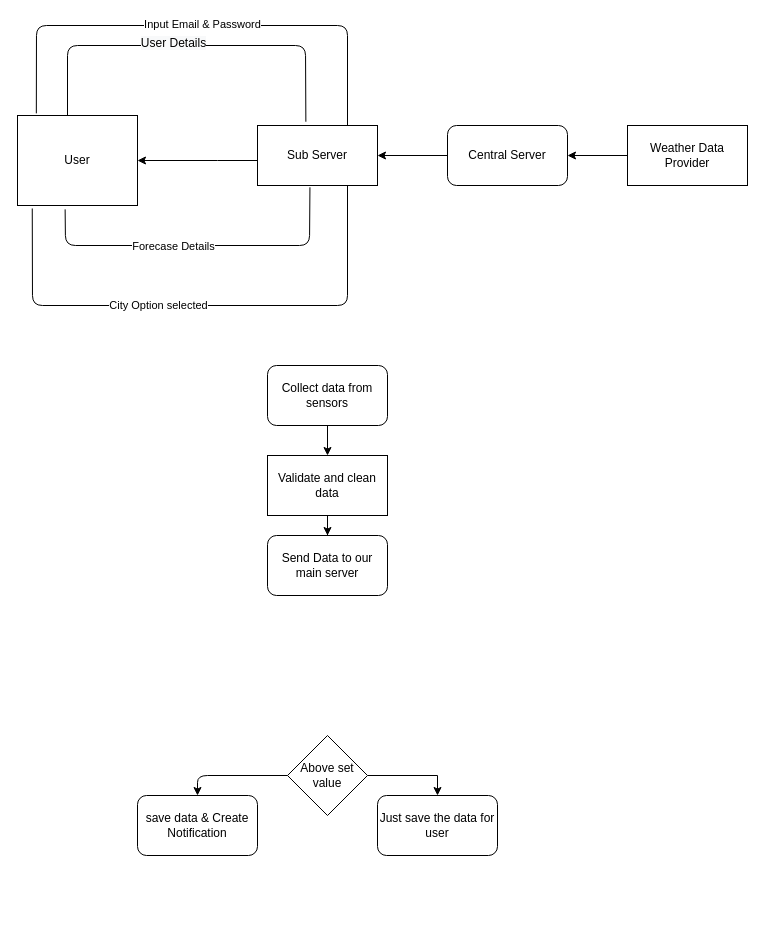
This is Untitled Diagram.drawio from imReCoder/imRecoder, a draw.io file, before an edit. Source tidied: cells renumbered, new cells numbered last; positions are measured from the earlier drawing's top-left corner, leaving out a move shared by most shapes. Both pictures are drawn from the tidied source at 100%, with x=0, y=0 at pixel (17, 25).
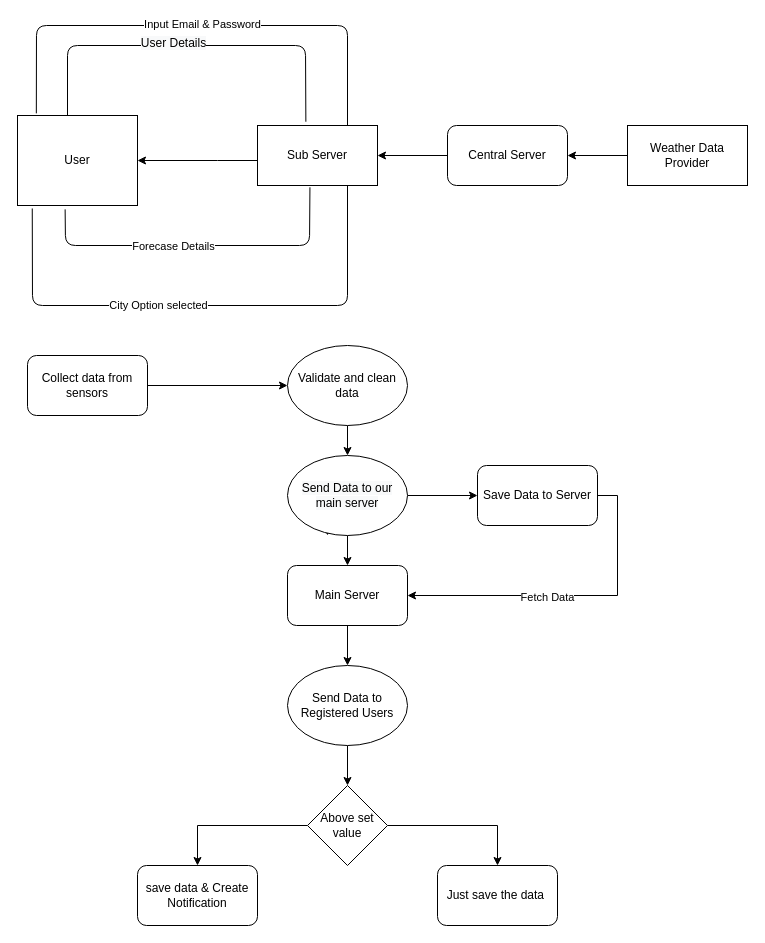
The same page after the edit.

The edit, as a diff of the source:
```diff
@@
-    <mxCell id="2" style="edgeStyle=orthogonalEdgeStyle;rounded=0;jettySize=auto;html=1;exitX=0.5;exitY=1;exitDx=0;exitDy=0;" parent="1" edge="1" source="3" target="26">
+    <mxCell id="2" style="edgeStyle=orthogonalEdgeStyle;rounded=0;jettySize=auto;html=1;exitX=1;exitY=0.5;exitDx=0;exitDy=0;entryX=0;entryY=0.5;entryDx=0;entryDy=0;" parent="1" edge="1" source="3" target="26">
       <mxGeometry relative="1" as="geometry" />
     </mxCell>
     <mxCell id="3" value="Collect data from sensors" style="rounded=1;whiteSpace=wrap;html=1;" parent="1" vertex="1">
-      <mxGeometry x="250" y="340" width="120" height="60" as="geometry" />
+      <mxGeometry x="10" y="330" width="120" height="60" as="geometry" />
     </mxCell>
-    <mxCell id="4" value="Send Data to our main server" style="rounded=1;whiteSpace=wrap;html=1;" parent="1" vertex="1">
-      <mxGeometry x="250" y="510" width="120" height="60" as="geometry" />
-    </mxCell>
@@
+    <mxCell id="27" style="edgeStyle=orthogonalEdgeStyle;rounded=0;jettySize=auto;html=1;exitX=0;exitY=0.5;exitDx=0;exitDy=0;entryX=0.5;entryY=0;entryDx=0;entryDy=0;" parent="1" edge="1" source="6" target="7">
+      <mxGeometry relative="1" as="geometry" />
+    </mxCell>
     <mxCell id="6" value="Above set value" style="rhombus;whiteSpace=wrap;html=1;" parent="1" vertex="1">
-      <mxGeometry x="270" y="710" width="80" height="80" as="geometry" />
+      <mxGeometry x="290" y="760" width="80" height="80" as="geometry" />
     </mxCell>
-    <mxCell id="7" value="save data &amp;amp; Create Notification" style="rounded=1;whiteSpace=wrap;html=1;" parent="1" vertex="1">
-      <mxGeometry x="120" y="770" width="120" height="60" as="geometry" />
-    </mxCell>
-    <mxCell id="8" style="endArrow=classic;html=1;exitX=0;exitY=0.5;exitDx=0;exitDy=0;entryX=0.5;entryY=0;entryDx=0;entryDy=0;" parent="1" edge="1" source="6" target="7">
+    <mxCell id="8" style="endArrow=classic;html=1;exitX=0;exitY=0.5;exitDx=0;exitDy=0;startArrow=none;entryX=0.5;entryY=0;entryDx=0;entryDy=0;" parent="1" edge="1" source="7" target="7">
       <mxGeometry relative="1" as="geometry">
         <Array as="points">
-          <mxPoint x="180" y="750" />
+          <mxPoint x="180" y="880" />
         </Array>
       </mxGeometry>
     </mxCell>
-    <mxCell id="9" value="Just save the data for user" style="rounded=1;whiteSpace=wrap;html=1;" parent="1" vertex="1">
-      <mxGeometry x="360" y="770" width="120" height="60" as="geometry" />
+    <mxCell id="9" value="Just save the data&amp;nbsp;" style="rounded=1;whiteSpace=wrap;html=1;" parent="1" vertex="1">
+      <mxGeometry x="420" y="840" width="120" height="60" as="geometry" />
     </mxCell>
@@
-    <mxCell id="25" style="edgeStyle=orthogonalEdgeStyle;rounded=0;jettySize=auto;html=1;exitX=0.5;exitY=1;exitDx=0;exitDy=0;" parent="1" edge="1" source="26" target="4">
-      <mxGeometry relative="1" as="geometry" />
+    <mxCell id="25" style="edgeStyle=orthogonalEdgeStyle;rounded=0;orthogonalLoop=1;jettySize=auto;html=1;exitX=0.5;exitY=1;exitDx=0;exitDy=0;" parent="1" edge="1">
+      <mxGeometry relative="1" as="geometry">
+        <mxPoint x="310" y="490" as="sourcePoint" />
+        <mxPoint x="310" y="510" as="targetPoint" />
+      </mxGeometry>
     </mxCell>
+    <mxCell id="28" style="edgeStyle=orthogonalEdgeStyle;rounded=0;jettySize=auto;html=1;exitX=0.5;exitY=1;exitDx=0;exitDy=0;entryX=0.5;entryY=0;entryDx=0;entryDy=0;" parent="1" edge="1" source="26" target="4">
+      <mxGeometry relative="1" as="geometry" />
+    </mxCell>
-    <mxCell id="26" value="Validate and clean data" style="rounded=0;whiteSpace=wrap;html=1;" parent="1" vertex="1">
-      <mxGeometry x="250" y="430" width="120" height="60" as="geometry" />
+    <mxCell id="26" value="&lt;span&gt;Validate and clean data&lt;/span&gt;" style="ellipse;whiteSpace=wrap;html=1;" parent="1" vertex="1">
+      <mxGeometry x="270" y="320" width="120" height="80" as="geometry" />
     </mxCell>
+    <mxCell id="29" style="edgeStyle=orthogonalEdgeStyle;rounded=0;jettySize=auto;html=1;exitX=1;exitY=0.5;exitDx=0;exitDy=0;entryX=0;entryY=0.5;entryDx=0;entryDy=0;" parent="1" edge="1" source="4" target="33">
+      <mxGeometry relative="1" as="geometry" />
+    </mxCell>
+    <mxCell id="30" style="edgeStyle=orthogonalEdgeStyle;rounded=0;jettySize=auto;html=1;exitX=0.5;exitY=1;exitDx=0;exitDy=0;entryX=0.5;entryY=0;entryDx=0;entryDy=0;" parent="1" edge="1" source="4" target="35">
+      <mxGeometry relative="1" as="geometry" />
+    </mxCell>
+    <mxCell id="4" value="&#10;&#10;&lt;span style=&quot;color: rgb(0, 0, 0); font-family: helvetica; font-size: 12px; font-style: normal; font-weight: 400; letter-spacing: normal; text-align: center; text-indent: 0px; text-transform: none; word-spacing: 0px; background-color: rgb(248, 249, 250); display: inline; float: none;&quot;&gt;Send Data to our main server&lt;/span&gt;&#10;&#10;" style="ellipse;whiteSpace=wrap;html=1;" parent="1" vertex="1">
+      <mxGeometry x="270" y="430" width="120" height="80" as="geometry" />
+    </mxCell>
+    <mxCell id="31" style="edgeStyle=orthogonalEdgeStyle;rounded=0;jettySize=auto;html=1;exitX=1;exitY=0.5;exitDx=0;exitDy=0;entryX=1;entryY=0.5;entryDx=0;entryDy=0;" parent="1" edge="1" source="33" target="35">
+      <mxGeometry relative="1" as="geometry" />
+    </mxCell>
+    <mxCell id="32" value="Fetch Data" style="edgeLabel;html=1;align=center;verticalAlign=middle;" parent="31" vertex="1">
+      <mxGeometry x="0.16" y="1" relative="1" as="geometry" />
+    </mxCell>
+    <mxCell id="33" value="Save Data to Server" style="rounded=1;whiteSpace=wrap;html=1;" parent="1" vertex="1">
+      <mxGeometry x="460" y="440" width="120" height="60" as="geometry" />
+    </mxCell>
+    <mxCell id="34" style="edgeStyle=orthogonalEdgeStyle;rounded=0;jettySize=auto;html=1;exitX=0.5;exitY=1;exitDx=0;exitDy=0;entryX=0.5;entryY=0;entryDx=0;entryDy=0;" parent="1" edge="1" source="35" target="37">
+      <mxGeometry relative="1" as="geometry" />
+    </mxCell>
+    <mxCell id="35" value="Main Server" style="rounded=1;whiteSpace=wrap;html=1;" parent="1" vertex="1">
+      <mxGeometry x="270" y="540" width="120" height="60" as="geometry" />
+    </mxCell>
+    <mxCell id="36" style="edgeStyle=orthogonalEdgeStyle;rounded=0;jettySize=auto;html=1;exitX=0.5;exitY=1;exitDx=0;exitDy=0;entryX=0.5;entryY=0;entryDx=0;entryDy=0;" parent="1" edge="1" source="37" target="6">
+      <mxGeometry relative="1" as="geometry" />
+    </mxCell>
+    <mxCell id="37" value="Send Data to Registered Users" style="ellipse;whiteSpace=wrap;html=1;" parent="1" vertex="1">
+      <mxGeometry x="270" y="640" width="120" height="80" as="geometry" />
+    </mxCell>
+    <mxCell id="7" value="save data &amp;amp; Create Notification" style="rounded=1;whiteSpace=wrap;html=1;" parent="1" vertex="1">
+      <mxGeometry x="120" y="840" width="120" height="60" as="geometry" />
+    </mxCell>
```
